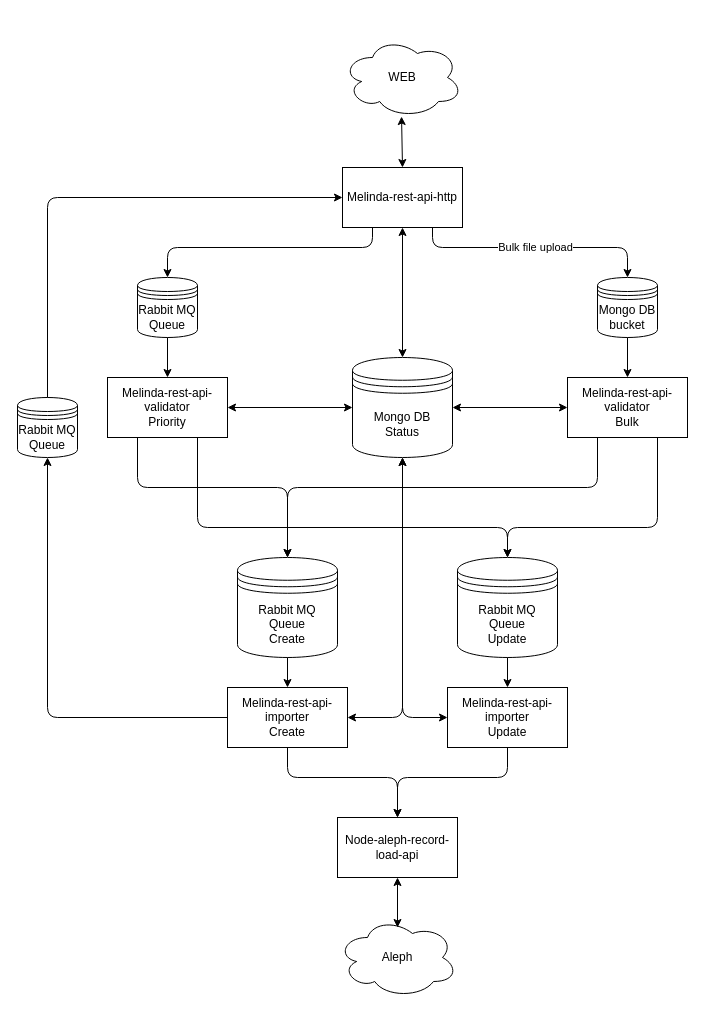
Earlier version of the draw.io diagram drawDotIoFiles/UML-melinda-rest-api.drawio (NatLibFi/melinda-rest-api). Source tidied: cells renumbered, new cells numbered last; positions are measured from the earlier drawing's top-left corner, leaving out a move shared by most shapes. Both pictures are drawn from the tidied source at 100%, with x=0, y=0 at pixel (17, 37).
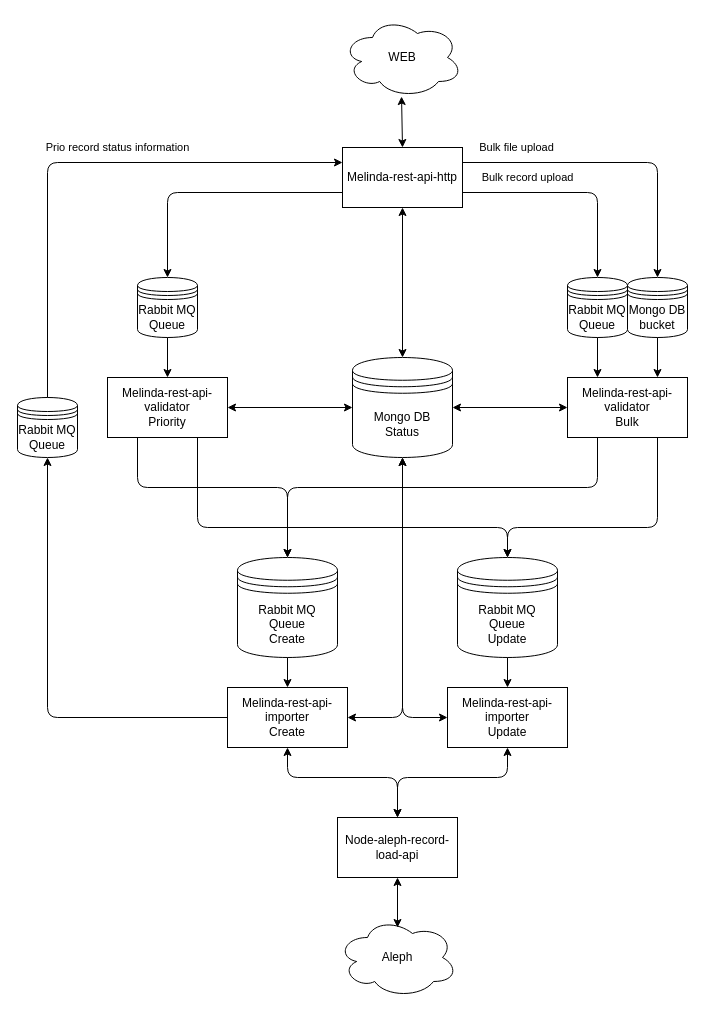
The same page after the edit.

Commit message (it also covers changes not shown here):
add merge flow and update record flow

The change refers to these unchanged cells:
```xml
<mxCell id="4" value="Melinda-rest-api-validator&lt;br&gt;&lt;div&gt;Bulk&lt;/div&gt;" style="rounded=0;whiteSpace=wrap;html=1;" parent="1" vertex="1">
  <mxGeometry x="550" y="340" width="120" height="60" as="geometry" />
</mxCell>
<mxCell id="5" value="Melinda-rest-api-importer&lt;br&gt;Create" style="rounded=0;whiteSpace=wrap;html=1;" parent="1" vertex="1">
  <mxGeometry x="210" y="650" width="120" height="60" as="geometry" />
</mxCell>
<mxCell id="6" value="Melinda-rest-api-importer&lt;br&gt;Update" style="rounded=0;whiteSpace=wrap;html=1;" parent="1" vertex="1">
  <mxGeometry x="430" y="650" width="120" height="60" as="geometry" />
</mxCell>
<mxCell id="9" value="Rabbit MQ&lt;br&gt;Queue" style="shape=datastore;whiteSpace=wrap;html=1;" parent="1" vertex="1">
  <mxGeometry x="120" y="240" width="60" height="60" as="geometry" />
</mxCell>
<mxCell id="25" value="Node-aleph-record-load-api" style="rounded=0;whiteSpace=wrap;html=1;" parent="1" vertex="1">
  <mxGeometry x="320" y="780" width="120" height="60" as="geometry" />
</mxCell>
<mxCell id="30" value="Rabbit MQ&lt;br&gt;Queue" style="shape=datastore;whiteSpace=wrap;html=1;" parent="1" vertex="1">
  <mxGeometry y="360" width="60" height="60" as="geometry" />
</mxCell>
```

Change to the diagram source:
```diff
@@
     <mxCell id="2" value="Melinda-rest-api-http" style="rounded=0;whiteSpace=wrap;html=1;" parent="1" vertex="1">
-      <mxGeometry x="325" y="130" width="120" height="60" as="geometry" />
+      <mxGeometry x="325" y="110" width="120" height="60" as="geometry" />
     </mxCell>
@@
     <mxCell id="10" value="Mongo DB&lt;br&gt;bucket" style="shape=datastore;whiteSpace=wrap;html=1;" parent="1" vertex="1">
-      <mxGeometry x="580" y="240" width="60" height="60" as="geometry" />
+      <mxGeometry x="610" y="240" width="60" height="60" as="geometry" />
     </mxCell>
-    <mxCell id="11" value="Bulk file upload" style="endArrow=classic;html=1;exitX=0.75;exitY=1;exitDx=0;exitDy=0;entryX=0.5;entryY=0;entryDx=0;entryDy=0;" parent="1" edge="1" source="2" target="10">
-      <mxGeometry relative="1" as="geometry">
-        <Array as="points">
-          <mxPoint x="415" y="210" />
-          <mxPoint x="610" y="210" />
-        </Array>
-      </mxGeometry>
-    </mxCell>
-    <mxCell id="12" style="endArrow=classic;html=1;exitX=0.25;exitY=1;exitDx=0;exitDy=0;entryX=0.5;entryY=0;entryDx=0;entryDy=0;" parent="1" edge="1" source="2" target="9">
+    <mxCell id="12" style="endArrow=classic;html=1;exitX=0;exitY=0.75;exitDx=0;exitDy=0;entryX=0.5;entryY=0;entryDx=0;entryDy=0;" parent="1" edge="1" source="2" target="9">
       <mxGeometry relative="1" as="geometry">
         <Array as="points">
-          <mxPoint x="355" y="210" />
-          <mxPoint x="150" y="210" />
+          <mxPoint x="150" y="155" />
         </Array>
       </mxGeometry>
     </mxCell>
@@
-    <mxCell id="14" style="endArrow=classic;html=1;entryX=0.5;entryY=0;entryDx=0;entryDy=0;exitX=0.5;exitY=1;exitDx=0;exitDy=0;" parent="1" edge="1" source="10" target="4">
+    <mxCell id="14" style="endArrow=classic;html=1;entryX=0.75;entryY=0;entryDx=0;entryDy=0;exitX=0.5;exitY=1;exitDx=0;exitDy=0;" parent="1" edge="1" source="10" target="4">
       <mxGeometry relative="1" as="geometry" />
     </mxCell>
@@
-    <mxCell id="26" style="endArrow=classic;html=1;exitX=0.5;exitY=1;exitDx=0;exitDy=0;entryX=0.5;entryY=0;entryDx=0;entryDy=0;" parent="1" edge="1" source="5" target="25">
+    <mxCell id="26" style="endArrow=classic;html=1;exitX=0.5;exitY=1;exitDx=0;exitDy=0;entryX=0.5;entryY=0;entryDx=0;entryDy=0;startArrow=classic;startFill=1;" parent="1" edge="1" source="5" target="25">
       <mxGeometry relative="1" as="geometry">
         <Array as="points">
           <mxPoint x="270" y="740" />
           <mxPoint x="380" y="740" />
         </Array>
       </mxGeometry>
     </mxCell>
-    <mxCell id="27" style="endArrow=classic;html=1;exitX=0.5;exitY=1;exitDx=0;exitDy=0;entryX=0.5;entryY=0;entryDx=0;entryDy=0;" parent="1" edge="1" source="6" target="25">
+    <mxCell id="27" style="endArrow=classic;html=1;exitX=0.5;exitY=1;exitDx=0;exitDy=0;entryX=0.5;entryY=0;entryDx=0;entryDy=0;startArrow=classic;startFill=1;" parent="1" edge="1" source="6" target="25">
       <mxGeometry relative="1" as="geometry">
         <Array as="points">
           <mxPoint x="490" y="740" />
           <mxPoint x="380" y="740" />
         </Array>
       </mxGeometry>
     </mxCell>
@@
-    <mxCell id="32" style="endArrow=classic;html=1;exitX=0.5;exitY=0;exitDx=0;exitDy=0;entryX=0;entryY=0.5;entryDx=0;entryDy=0;" parent="1" edge="1" source="30" target="2">
-      <mxGeometry relative="1" as="geometry">
+    <mxCell id="32" value="Prio record status information" style="endArrow=classic;html=1;exitX=0.5;exitY=0;exitDx=0;exitDy=0;entryX=0;entryY=0.25;entryDx=0;entryDy=0;" parent="1" edge="1" source="30" target="2">
+      <mxGeometry x="0.15" y="15" relative="1" as="geometry">
         <Array as="points">
-          <mxPoint x="30" y="160" />
+          <mxPoint x="30" y="125" />
         </Array>
       </mxGeometry>
     </mxCell>
@@
     <mxCell id="35" value="WEB" style="ellipse;shape=cloud;whiteSpace=wrap;html=1;" parent="1" vertex="1">
-      <mxGeometry x="325" width="120" height="80" as="geometry" />
+      <mxGeometry x="325" y="-20" width="120" height="80" as="geometry" />
     </mxCell>
@@
+    <mxCell id="37" value="Rabbit MQ&lt;br&gt;Queue" style="shape=datastore;whiteSpace=wrap;html=1;" parent="1" vertex="1">
+      <mxGeometry x="550" y="240" width="60" height="60" as="geometry" />
+    </mxCell>
+    <mxCell id="38" style="endArrow=classic;html=1;entryX=0.25;entryY=0;entryDx=0;entryDy=0;exitX=0.5;exitY=1;exitDx=0;exitDy=0;" parent="1" edge="1" source="37" target="4">
+      <mxGeometry relative="1" as="geometry" />
+    </mxCell>
+    <mxCell id="11" value="Bulk file upload" style="endArrow=classic;html=1;exitX=1;exitY=0.25;exitDx=0;exitDy=0;entryX=0.5;entryY=0;entryDx=0;entryDy=0;" parent="1" edge="1" source="2" target="10">
+      <mxGeometry x="-0.65" y="15" relative="1" as="geometry">
+        <Array as="points">
+          <mxPoint x="640" y="125" />
+        </Array>
+      </mxGeometry>
+    </mxCell>
+    <mxCell id="39" value="Bulk record upload" style="endArrow=classic;html=1;exitX=1;exitY=0.75;exitDx=0;exitDy=0;entryX=0.5;entryY=0;entryDx=0;entryDy=0;" parent="1" edge="1" source="2" target="37">
+      <mxGeometry x="-0.41" y="15" relative="1" as="geometry">
+        <Array as="points">
+          <mxPoint x="580" y="155" />
+        </Array>
+      </mxGeometry>
+    </mxCell>
```
